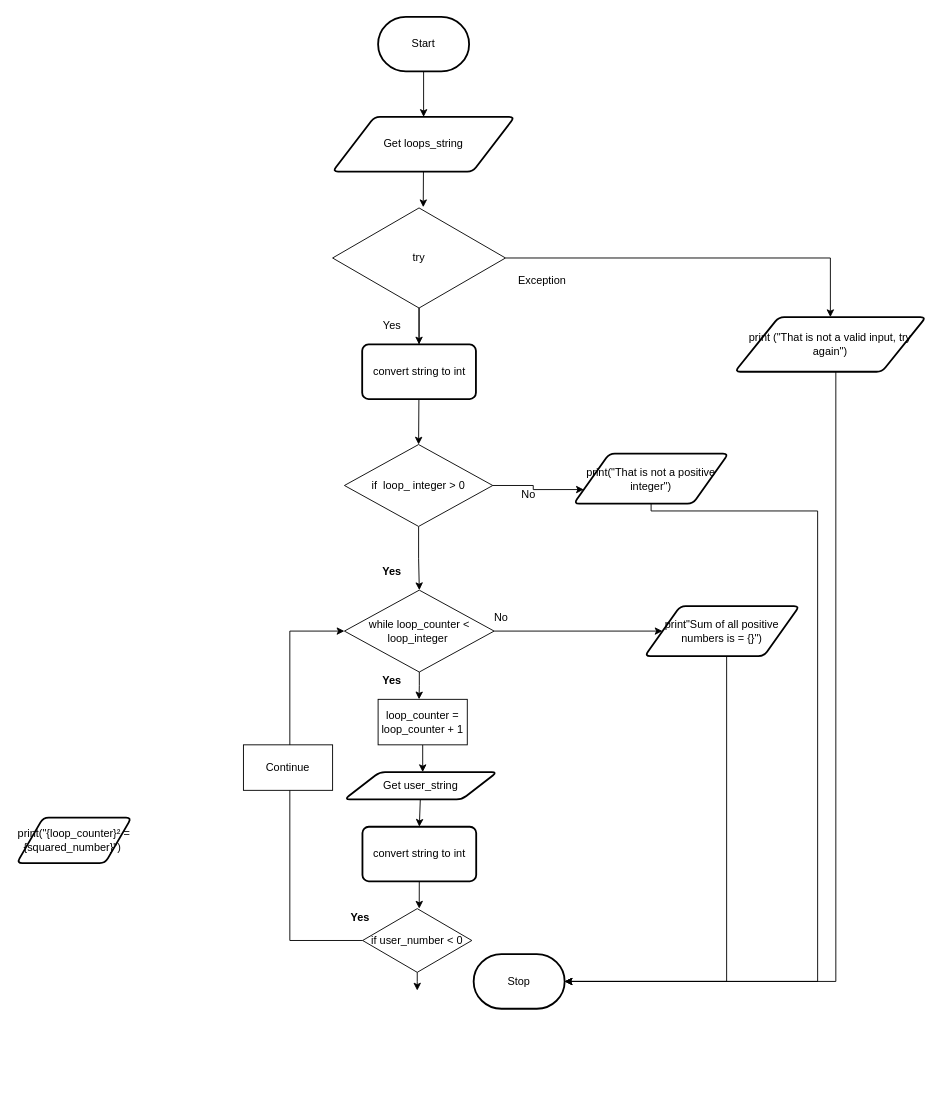
The draw.io diagram flowchat.drawio in Kyanh-Pham/ICS3U-Unit4-05-Python, before the edit. Source tidied: cells renumbered, new cells numbered last; positions are measured from the earlier drawing's top-left corner, leaving out a move shared by most shapes. Both pictures are drawn from the tidied source at 91%, with x=0, y=0 at pixel (16, 16).
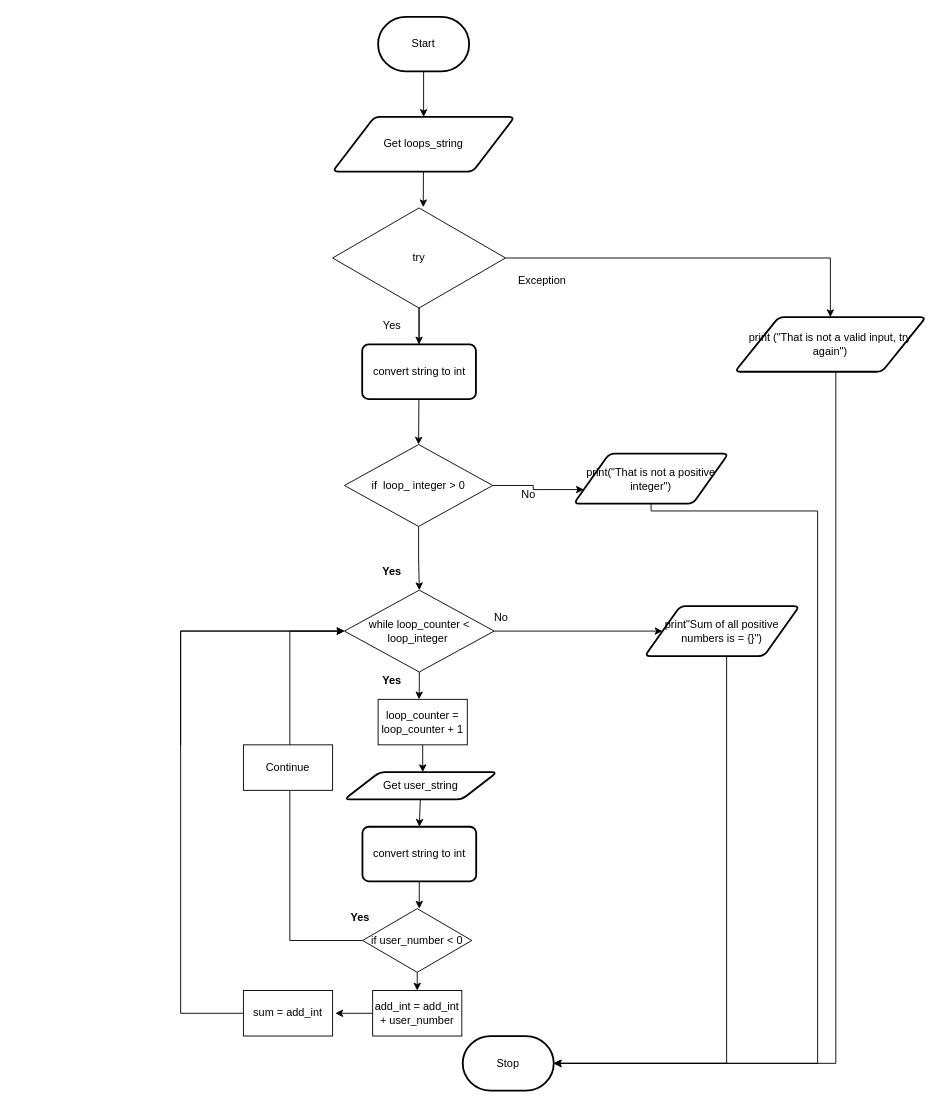
The same page after the edit.

The change refers to these unchanged cells:
```xml
<mxCell id="19" value="while loop_counter &amp;lt; loop_integer&amp;nbsp;" style="rhombus;whiteSpace=wrap;html=1;direction=west;" parent="1" vertex="1">
  <mxGeometry x="360" y="630" width="164.5" height="90" as="geometry" />
</mxCell>
<mxCell id="22" value="print (&quot;That is not a valid input, try again&quot;)" style="shape=parallelogram;html=1;strokeWidth=2;perimeter=parallelogramPerimeter;whiteSpace=wrap;rounded=1;arcSize=12;size=0.23;" parent="1" vertex="1">
  <mxGeometry x="789" y="330" width="210" height="60" as="geometry" />
</mxCell>
<mxCell id="24" value="print&quot;Sum of all positive numbers is = {}&quot;)" style="shape=parallelogram;html=1;strokeWidth=2;perimeter=parallelogramPerimeter;whiteSpace=wrap;rounded=1;arcSize=12;size=0.23;" parent="1" vertex="1">
  <mxGeometry x="690" y="647.5" width="170" height="55" as="geometry" />
</mxCell>
<mxCell id="32" value="&lt;font style=&quot;font-size: 12px&quot;&gt;print(&quot;That is not a positive integer&quot;)&lt;/font&gt;" style="shape=parallelogram;html=1;strokeWidth=2;perimeter=parallelogramPerimeter;whiteSpace=wrap;rounded=1;arcSize=12;size=0.23;" parent="1" vertex="1">
  <mxGeometry x="612" y="480" width="170" height="55" as="geometry" />
</mxCell>
```

What changed in the source:
```diff
@@
     <mxCell id="8" value="Stop" style="strokeWidth=2;html=1;shape=mxgraph.flowchart.terminator;whiteSpace=wrap;" parent="1" vertex="1">
-      <mxGeometry x="502" y="1030" width="100" height="60" as="geometry" />
+      <mxGeometry x="490" y="1120" width="100" height="60" as="geometry" />
     </mxCell>
@@
     <mxCell id="21" style="edgeStyle=orthogonalEdgeStyle;rounded=0;html=1;entryX=1;entryY=0.5;entryDx=0;entryDy=0;entryPerimeter=0;" parent="1" edge="1" source="22" target="8">
       <mxGeometry relative="1" as="geometry">
         <Array as="points">
-          <mxPoint x="900" y="1060" />
+          <mxPoint x="900" y="1150" />
         </Array>
       </mxGeometry>
     </mxCell>
@@
     <mxCell id="23" style="edgeStyle=orthogonalEdgeStyle;html=1;rounded=0;entryX=1;entryY=0.5;entryDx=0;entryDy=0;entryPerimeter=0;" parent="1" edge="1" source="24" target="8">
       <mxGeometry relative="1" as="geometry">
         <Array as="points">
-          <mxPoint x="780" y="1060" />
+          <mxPoint x="780" y="1150" />
         </Array>
       </mxGeometry>
     </mxCell>
@@
     <mxCell id="31" style="edgeStyle=orthogonalEdgeStyle;rounded=0;html=1;entryX=1;entryY=0.5;entryDx=0;entryDy=0;entryPerimeter=0;fontFamily=Helvetica;fontSize=12;fontColor=#F0F0F0;" parent="1" edge="1" source="32" target="8">
       <mxGeometry relative="1" as="geometry">
         <Array as="points">
           <mxPoint x="697" y="543" />
           <mxPoint x="880" y="543" />
-          <mxPoint x="880" y="1060" />
+          <mxPoint x="880" y="1150" />
         </Array>
       </mxGeometry>
     </mxCell>
@@
-    <mxCell id="35" value="&lt;font style=&quot;font-size: 12px&quot;&gt;&lt;font style=&quot;font-size: 12px&quot;&gt;print(&quot;{loop_counter}&lt;span style=&quot;font-family: &amp;#34;arial&amp;#34; , sans-serif ; text-align: left&quot;&gt;² = {squared_number}&quot;)&lt;/span&gt;&lt;/font&gt;&lt;span style=&quot;font-family: &amp;#34;arial&amp;#34; , sans-serif ; text-align: left&quot;&gt;&amp;nbsp;&lt;/span&gt;&lt;/font&gt;" style="shape=parallelogram;html=1;strokeWidth=2;perimeter=parallelogramPerimeter;whiteSpace=wrap;rounded=1;arcSize=12;size=0.23;" parent="1" vertex="1">
-      <mxGeometry y="880" width="126" height="50" as="geometry" />
-    </mxCell>
@@
+    <mxCell id="45" style="edgeStyle=none;html=1;" parent="1" edge="1" source="46">
+      <mxGeometry relative="1" as="geometry">
+        <mxPoint x="350" y="1095" as="targetPoint" />
+      </mxGeometry>
+    </mxCell>
+    <mxCell id="46" value="add_int = add_int + user_number" style="rounded=0;whiteSpace=wrap;html=1;" parent="1" vertex="1">
+      <mxGeometry x="391" y="1070" width="98" height="50" as="geometry" />
+    </mxCell>
+    <mxCell id="47" style="edgeStyle=orthogonalEdgeStyle;rounded=0;html=1;entryX=1;entryY=0.5;entryDx=0;entryDy=0;" parent="1" edge="1" source="48" target="19">
+      <mxGeometry relative="1" as="geometry">
+        <Array as="points">
+          <mxPoint x="180" y="1095" />
+          <mxPoint x="180" y="675" />
+        </Array>
+      </mxGeometry>
+    </mxCell>
+    <mxCell id="48" value="sum = add_int" style="rounded=0;whiteSpace=wrap;html=1;" parent="1" vertex="1">
+      <mxGeometry x="249" y="1070" width="98" height="50" as="geometry" />
+    </mxCell>
+    <mxCell id="49" style="edgeStyle=orthogonalEdgeStyle;rounded=0;html=1;entryX=1;entryY=0.5;entryDx=0;entryDy=0;" parent="1" edge="1" target="19">
+      <mxGeometry relative="1" as="geometry">
+        <mxPoint x="180" y="800" as="sourcePoint" />
+        <Array as="points">
+          <mxPoint x="180" y="675" />
+        </Array>
+      </mxGeometry>
+    </mxCell>
```
